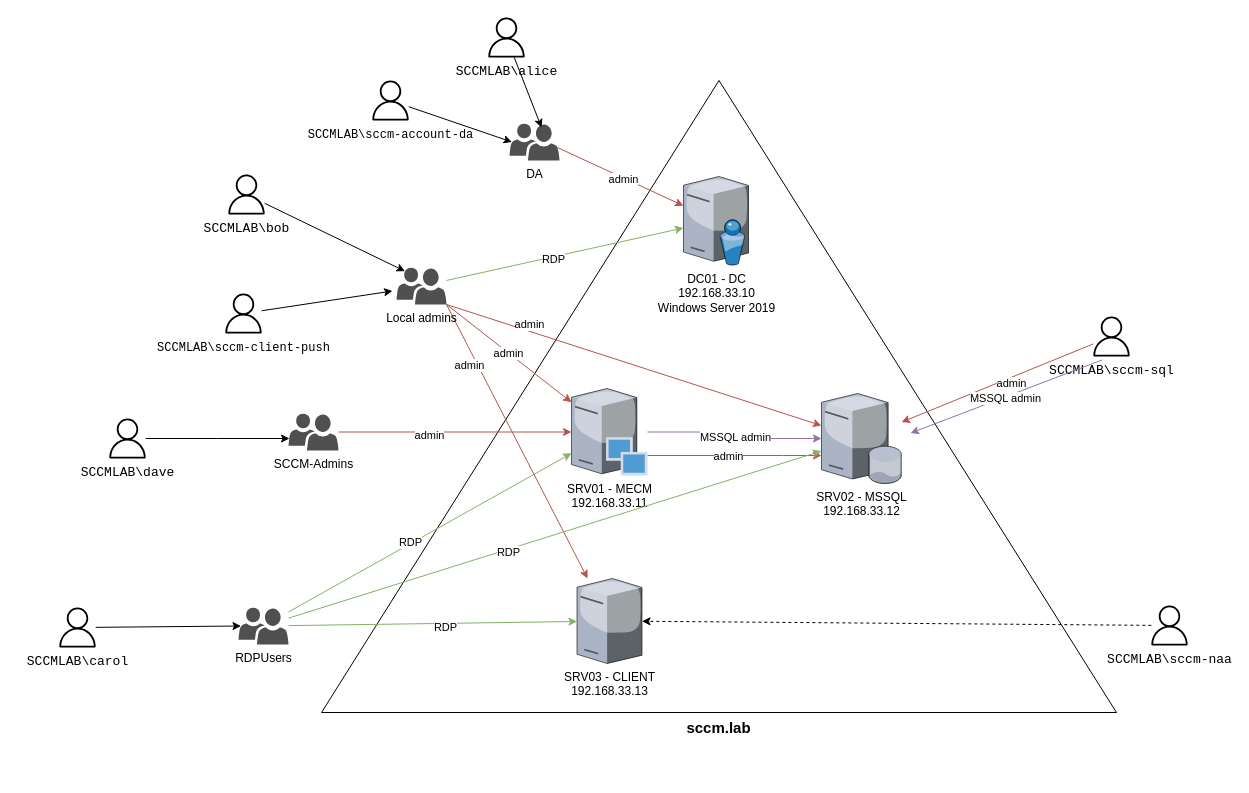
Orange-Cyberdefense/GOAD keeps this draw.io diagram as page "SCCM" (5 of 6) of docs/diagram.drawio. Above is the earlier version. Source tidied: cells renumbered, new cells numbered last; positions are measured from the earlier drawing's top-left corner, leaving out a move shared by most shapes. Both pictures are drawn from the tidied source at 100%, with x=0, y=0 at pixel (57, 17).
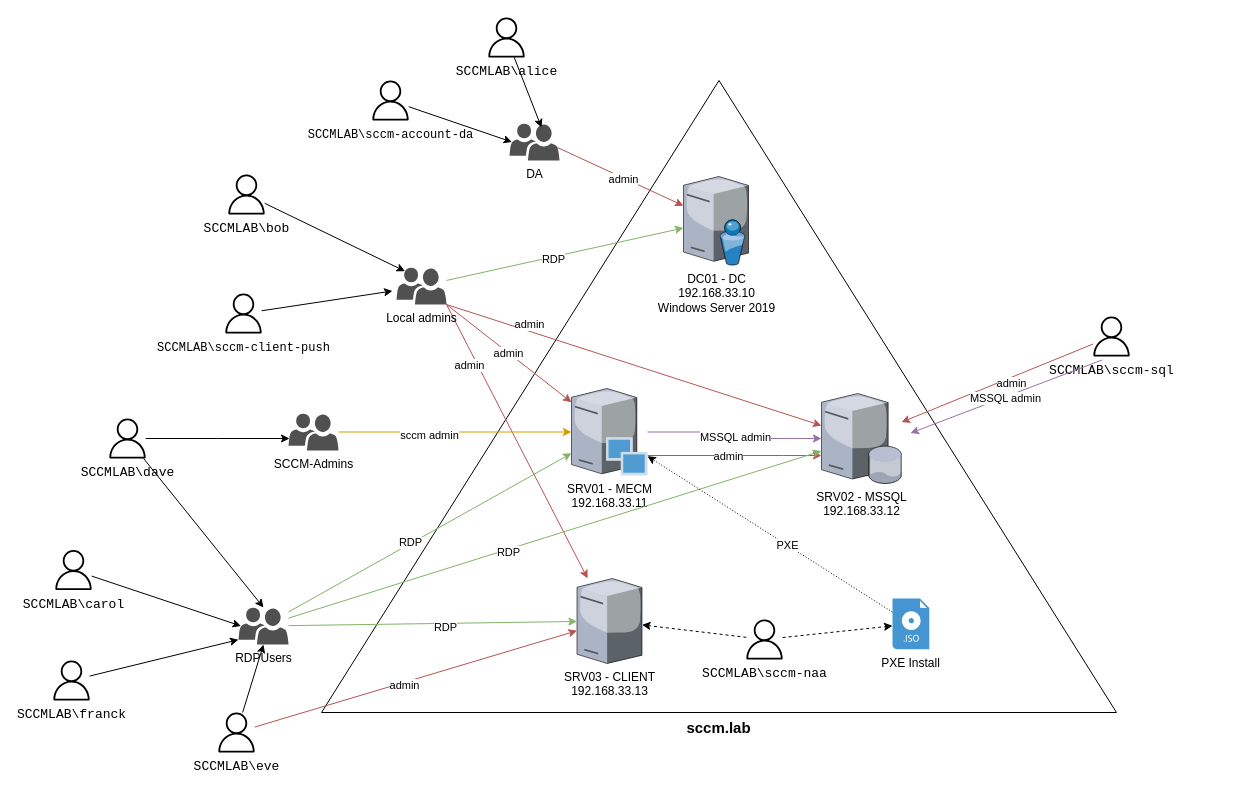
The same page after the edit.

Unchanged cells that the change refers to:
```xml
<mxCell id="9" value="SRV01 - MECM&lt;br&gt;192.168.33.11" style="verticalLabelPosition=bottom;sketch=0;html=1;verticalAlign=top;strokeColor=none;align=center;outlineConnect=0;shape=mxgraph.citrix.provisioning_server;" parent="1" vertex="1">
  <mxGeometry x="514" y="371" width="76" height="87" as="geometry" />
</mxCell>
<mxCell id="10" value="SRV03 - CLIENT&lt;br&gt;192.168.33.13" style="verticalLabelPosition=bottom;sketch=0;html=1;verticalAlign=top;strokeColor=none;align=center;outlineConnect=0;shape=mxgraph.citrix.license_server;" parent="1" vertex="1">
  <mxGeometry x="519.5" y="561" width="65" height="85" as="geometry" />
</mxCell>
<mxCell id="17" value="&lt;div style=&quot;font-family: &amp;quot;droid sans mono&amp;quot; , monospace , monospace ; font-size: 13px ; line-height: 18px&quot;&gt;&lt;/div&gt;&lt;font color=&quot;#000000&quot; face=&quot;droid sans mono, monospace, monospace&quot;&gt;&lt;span style=&quot;font-size: 13px ; background-color: rgb(255 , 255 , 255)&quot;&gt;SCCMLAB\sccm-naa&lt;br&gt;&lt;/span&gt;&lt;/font&gt;" style="outlineConnect=0;dashed=0;verticalLabelPosition=bottom;verticalAlign=top;align=center;html=1;fontSize=12;fontStyle=0;shape=mxgraph.aws4.user;fontColor=#ffffff;fillColor=#000000;" parent="16" vertex="1">
  <mxGeometry width="40" height="40" as="geometry" />
</mxCell>
<mxCell id="32" value="&lt;div style=&quot;font-family: &amp;quot;droid sans mono&amp;quot; , monospace , monospace ; font-size: 13px ; line-height: 18px&quot;&gt;&lt;/div&gt;&lt;font color=&quot;#000000&quot; face=&quot;droid sans mono, monospace, monospace&quot;&gt;&lt;span style=&quot;font-size: 13px ; background-color: rgb(255 , 255 , 255)&quot;&gt;SCCMLAB\dave&lt;br&gt;&lt;/span&gt;&lt;/font&gt;" style="outlineConnect=0;dashed=0;verticalLabelPosition=bottom;verticalAlign=top;align=center;html=1;fontSize=12;fontStyle=0;shape=mxgraph.aws4.user;fontColor=#ffffff;fillColor=#000000;" parent="31" vertex="1">
  <mxGeometry width="40" height="40" as="geometry" />
</mxCell>
<mxCell id="51" value="RDPUsers" style="shadow=0;dashed=0;html=1;strokeColor=none;labelPosition=center;verticalLabelPosition=bottom;verticalAlign=top;align=center;fillColor=#505050;shape=mxgraph.mscae.intune.user_group;" parent="1" vertex="1">
  <mxGeometry x="181" y="590" width="50" height="37" as="geometry" />
</mxCell>
<mxCell id="55" value="SCCM-Admins" style="shadow=0;dashed=0;html=1;strokeColor=none;labelPosition=center;verticalLabelPosition=bottom;verticalAlign=top;align=center;fillColor=#505050;shape=mxgraph.mscae.intune.user_group;" parent="1" vertex="1">
  <mxGeometry x="231" y="396" width="50" height="37" as="geometry" />
</mxCell>
```

Change to the diagram source:
```diff
@@
     <mxCell id="16" style="group;" parent="1" vertex="1">
-      <mxGeometry x="1092" y="588" width="50" height="48.5" as="geometry" />
+      <mxGeometry x="687" y="602" width="50" height="48.5" as="geometry" />
     </mxCell>
@@
     <mxCell id="29" style="group;" parent="1" vertex="1">
-      <mxGeometry y="590" width="50" height="48.5" as="geometry" />
+      <mxGeometry x="-4" y="532.5" width="50" height="48.5" as="geometry" />
     </mxCell>
@@
-    <mxCell id="53" style="edgeStyle=orthogonalEdgeStyle;rounded=0;jettySize=auto;html=1;fillColor=#f8cecc;strokeColor=#b85450;" parent="1" edge="1" source="55" target="9">
+    <mxCell id="53" style="edgeStyle=orthogonalEdgeStyle;rounded=0;jettySize=auto;html=1;fillColor=#ffe6cc;strokeColor=#d79b00;" parent="1" edge="1" source="55" target="9">
       <mxGeometry relative="1" as="geometry" />
     </mxCell>
-    <mxCell id="54" value="admin" style="edgeLabel;html=1;align=center;verticalAlign=middle;" parent="53" vertex="1">
+    <mxCell id="54" value="sccm admin" style="edgeLabel;html=1;align=center;verticalAlign=middle;" parent="53" vertex="1">
       <mxGeometry x="-0.23" y="-2" relative="1" as="geometry">
         <mxPoint y="1" as="offset" />
       </mxGeometry>
     </mxCell>
@@
+    <mxCell id="57" style="rounded=0;jettySize=auto;html=1;dashed=1;dashPattern=1 2;" parent="1" edge="1" source="59" target="9">
+      <mxGeometry relative="1" as="geometry" />
+    </mxCell>
+    <mxCell id="58" value="PXE" style="edgeLabel;html=1;align=center;verticalAlign=middle;" parent="57" vertex="1">
+      <mxGeometry x="-0.14" y="1" relative="1" as="geometry">
+        <mxPoint y="-1" as="offset" />
+      </mxGeometry>
+    </mxCell>
+    <mxCell id="59" value="PXE Install" style="shadow=0;dashed=0;html=1;strokeColor=none;fillColor=#4495D1;labelPosition=center;verticalLabelPosition=bottom;verticalAlign=top;align=center;outlineConnect=0;shape=mxgraph.veeam.iso;" parent="1" vertex="1">
+      <mxGeometry x="835" y="581" width="36.8" height="50.8" as="geometry" />
+    </mxCell>
+    <mxCell id="60" style="rounded=0;jettySize=auto;html=1;dashed=1;" parent="1" edge="1" source="17" target="59">
+      <mxGeometry relative="1" as="geometry" />
+    </mxCell>
+    <mxCell id="61" style="group;" parent="1" vertex="1">
+      <mxGeometry x="159" y="695" width="50" height="48.5" as="geometry" />
+    </mxCell>
+    <mxCell id="62" value="&lt;div style=&quot;font-family: &amp;quot;droid sans mono&amp;quot; , monospace , monospace ; font-size: 13px ; line-height: 18px&quot;&gt;&lt;/div&gt;&lt;font color=&quot;#000000&quot; face=&quot;droid sans mono, monospace, monospace&quot;&gt;&lt;span style=&quot;font-size: 13px ; background-color: rgb(255 , 255 , 255)&quot;&gt;SCCMLAB\eve&lt;br&gt;&lt;/span&gt;&lt;/font&gt;" style="outlineConnect=0;dashed=0;verticalLabelPosition=bottom;verticalAlign=top;align=center;html=1;fontSize=12;fontStyle=0;shape=mxgraph.aws4.user;fontColor=#ffffff;fillColor=#000000;" parent="61" vertex="1">
+      <mxGeometry width="40" height="40" as="geometry" />
+    </mxCell>
+    <mxCell id="63" style="rounded=0;jettySize=auto;html=1;entryX=0.5;entryY=1;entryDx=0;entryDy=0;entryPerimeter=0;" parent="1" edge="1" source="62" target="51">
+      <mxGeometry relative="1" as="geometry" />
+    </mxCell>
+    <mxCell id="64" style="rounded=0;jettySize=auto;html=1;fillColor=#f8cecc;strokeColor=#b85450;" parent="1" edge="1" source="62" target="10">
+      <mxGeometry relative="1" as="geometry" />
+    </mxCell>
+    <mxCell id="65" value="admin" style="edgeLabel;html=1;align=center;verticalAlign=middle;" parent="64" vertex="1">
+      <mxGeometry x="-0.08" y="-2" relative="1" as="geometry" />
+    </mxCell>
+    <mxCell id="66" style="group;" parent="1" vertex="1">
+      <mxGeometry x="-6" y="643" width="50" height="48.5" as="geometry" />
+    </mxCell>
+    <mxCell id="67" value="&lt;div style=&quot;font-family: &amp;quot;droid sans mono&amp;quot; , monospace , monospace ; font-size: 13px ; line-height: 18px&quot;&gt;&lt;/div&gt;&lt;font color=&quot;#000000&quot; face=&quot;droid sans mono, monospace, monospace&quot;&gt;&lt;span style=&quot;font-size: 13px ; background-color: rgb(255 , 255 , 255)&quot;&gt;SCCMLAB\franck&lt;br&gt;&lt;/span&gt;&lt;/font&gt;" style="outlineConnect=0;dashed=0;verticalLabelPosition=bottom;verticalAlign=top;align=center;html=1;fontSize=12;fontStyle=0;shape=mxgraph.aws4.user;fontColor=#ffffff;fillColor=#000000;" parent="66" vertex="1">
+      <mxGeometry width="40" height="40" as="geometry" />
+    </mxCell>
+    <mxCell id="68" style="rounded=0;jettySize=auto;html=1;entryX=0;entryY=0.87;entryDx=0;entryDy=0;entryPerimeter=0;" parent="1" edge="1" source="67" target="51">
+      <mxGeometry relative="1" as="geometry" />
+    </mxCell>
+    <mxCell id="69" style="rounded=0;jettySize=auto;html=1;entryX=0.5;entryY=0;entryDx=0;entryDy=0;entryPerimeter=0;" parent="1" edge="1" source="32" target="51">
+      <mxGeometry relative="1" as="geometry" />
+    </mxCell>
```
